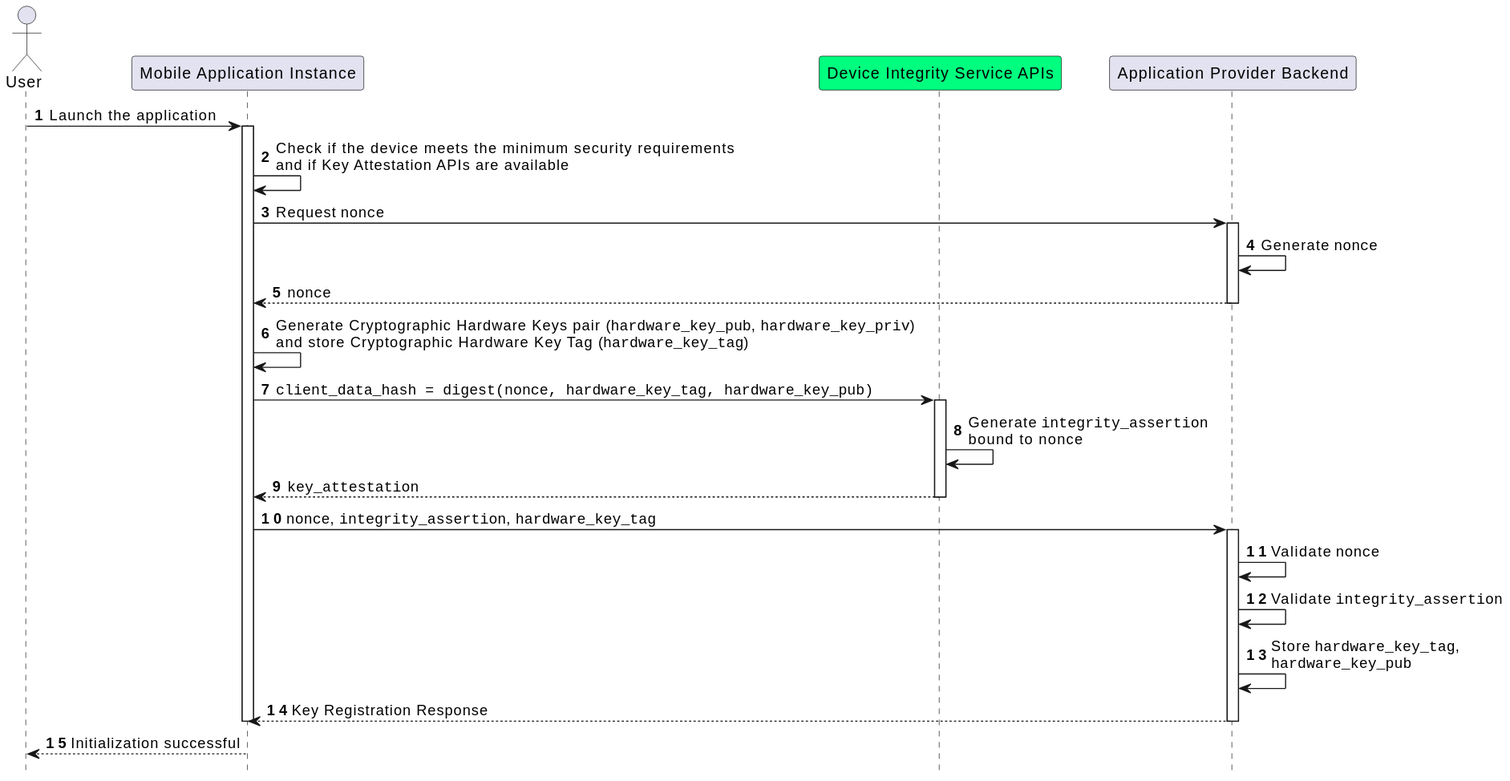
Before: images/application_instance_initialization.svg, a diagram exported from PlantUML (italia/eid-wallet-it-docs).
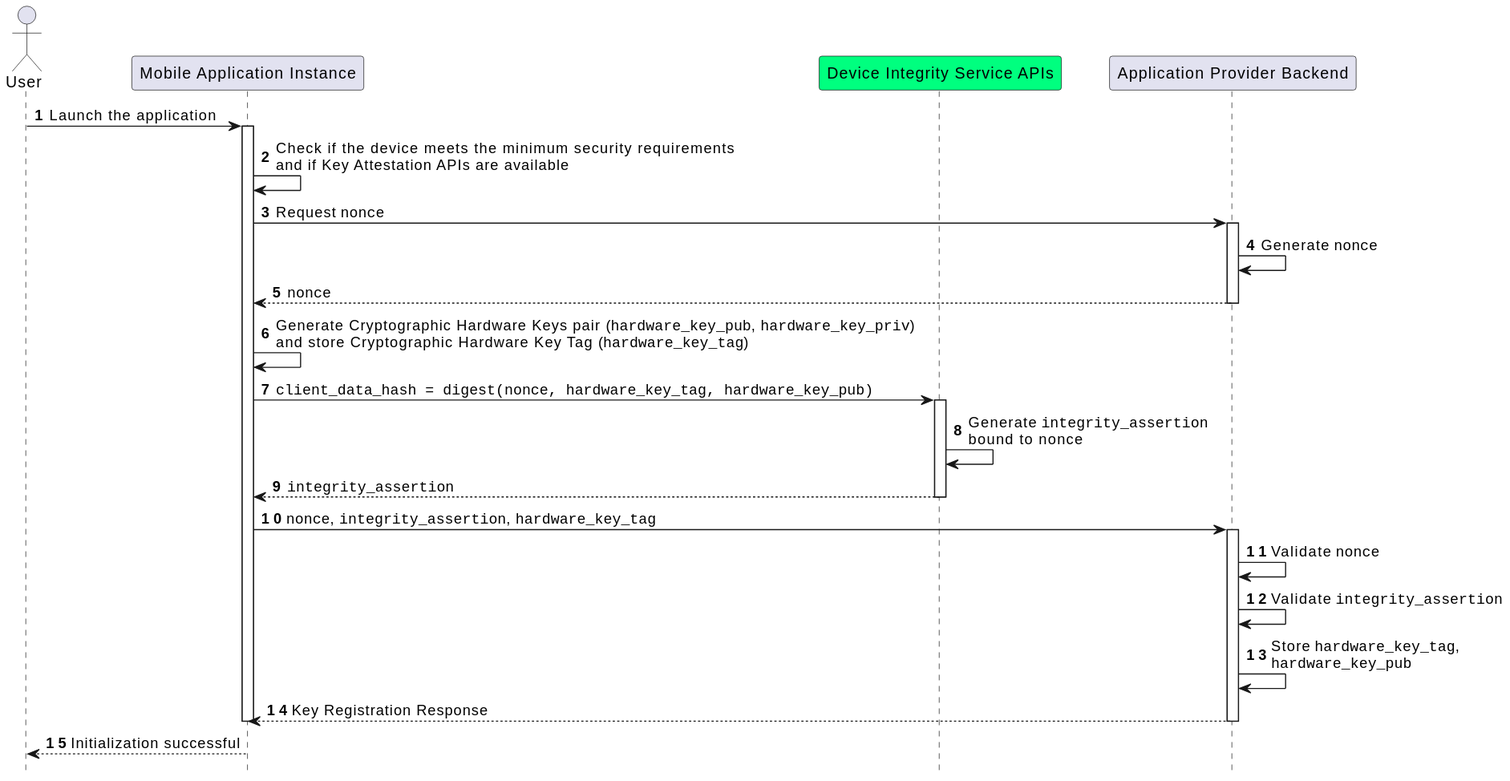
After the commit.

The edit, as a diff of the source:
```diff
@@ -27,7 +27,7 @@
 
 aats->aats: Generate ""integrity_assertion""\nbound to nonce
 
-aats-->app: ""key_attestation""
+aats-->app: ""integrity_assertion""
 deactivate aats
 
 app->bck: ""nonce"", ""integrity_assertion"", ""hardware_key_tag""
```
